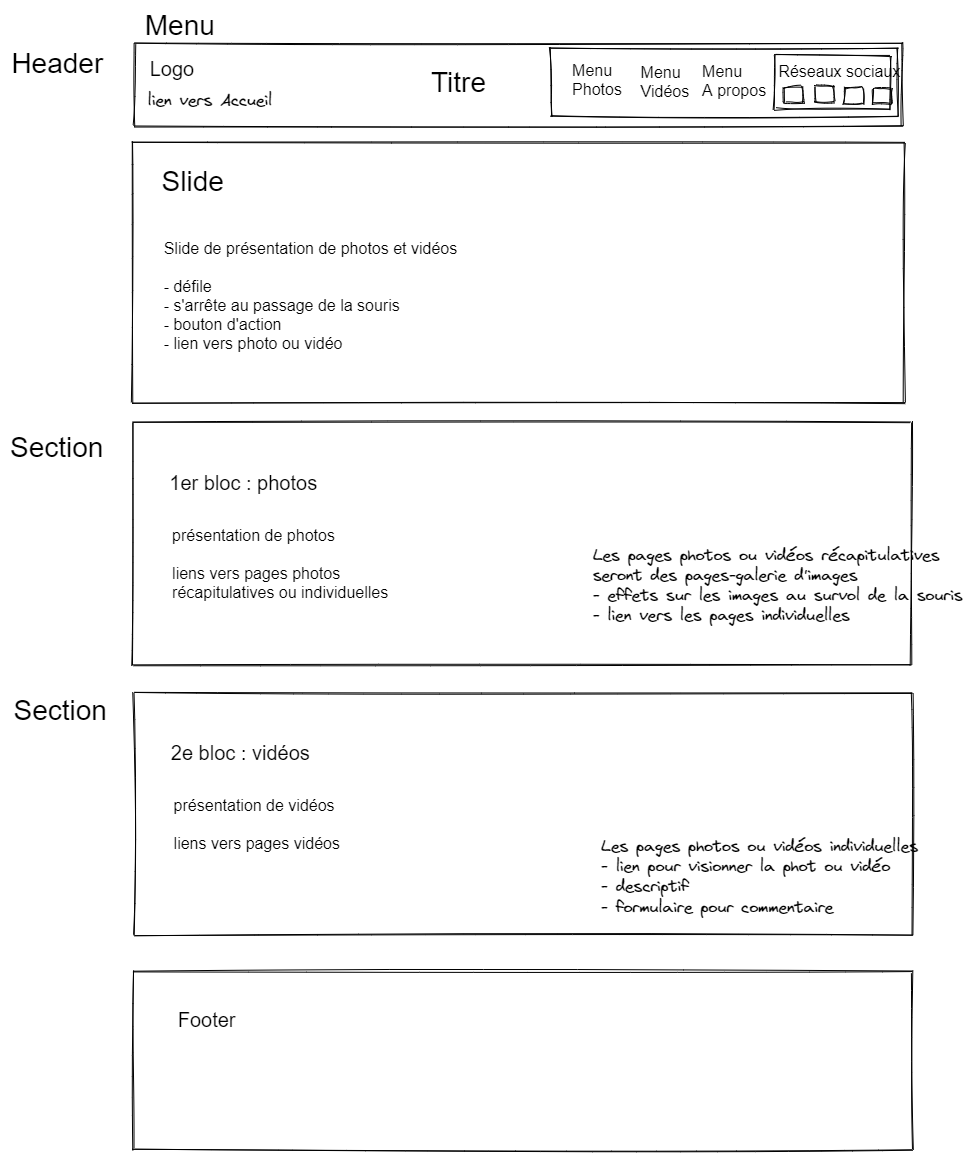
Webissime111/Galery-Steve keeps this Excalidraw diagram as images/Projet-galery-Steve.png. Above is the earlier version. Source tidied: one line per element, renumbered; positions are measured from the earlier drawing's top-left corner, leaving out a move shared by most shapes. Its diagram source:
```json
{"id": 0, "type": "rectangle", "strokeColor": "#000000", "strokeWidth": 1, "roughness": 1, "x": 124, "y": 34, "width": 768, "height": 83}
{"id": 1, "type": "text", "text": "lien vers Accueil", "strokeColor": "#000000", "strokeWidth": 1, "roughness": 1, "fontSize": 16, "fontFamily": 1, "x": 138, "y": 81, "width": 126, "height": 20}
{"id": 2, "type": "text", "text": "Logo", "strokeColor": "#000000", "strokeWidth": 1, "roughness": 1, "fontSize": 20, "fontFamily": 2, "x": 140, "y": 48, "width": 45, "height": 23}
{"id": 3, "type": "text", "text": "Titre", "strokeColor": "#000000", "strokeWidth": 1, "roughness": 1, "fontSize": 28, "fontFamily": 2, "x": 421, "y": 57, "width": 56, "height": 32}
{"id": 4, "type": "text", "text": "Menu\nPhotos", "strokeColor": "#000000", "strokeWidth": 1, "roughness": 1, "fontSize": 16, "fontFamily": 2, "x": 562, "y": 51, "width": 51, "height": 38}
{"id": 5, "type": "rectangle", "strokeColor": "#000000", "strokeWidth": 1, "roughness": 1, "x": 541, "y": 38, "width": 347, "height": 69}
{"id": 6, "type": "text", "text": "Menu\nVidéos", "strokeColor": "#000000", "strokeWidth": 1, "roughness": 1, "fontSize": 16, "fontFamily": 2, "x": 631, "y": 53, "width": 50, "height": 38}
{"id": 7, "type": "text", "text": "Menu\nA propos", "strokeColor": "#000000", "strokeWidth": 1, "roughness": 1, "fontSize": 16, "fontFamily": 2, "x": 692, "y": 52, "width": 64, "height": 38}
{"id": 8, "type": "rectangle", "strokeColor": "#000000", "strokeWidth": 1, "roughness": 1, "x": 122, "y": 132, "width": 773, "height": 260}
{"id": 9, "type": "text", "text": "Slide", "strokeColor": "#000000", "strokeWidth": 1, "roughness": 1, "fontSize": 28, "fontFamily": 2, "x": 152, "y": 156, "width": 63, "height": 32}
{"id": 10, "type": "text", "text": "Slide de présentation de photos et vidéos\n\n- défile\n- s'arrête au passage de la souris\n- bouton d'action\n- lien vers photo ou vidéo", "strokeColor": "#000000", "strokeWidth": 1, "roughness": 1, "fontSize": 16, "fontFamily": 2, "x": 154, "y": 230, "width": 294, "height": 114}
{"id": 11, "type": "rectangle", "strokeColor": "#000000", "strokeWidth": 1, "roughness": 1, "x": 764, "y": 45, "width": 116, "height": 54}
{"id": 12, "type": "text", "text": "Réseaux sociaux", "strokeColor": "#000000", "strokeWidth": 1, "roughness": 1, "fontSize": 16, "fontFamily": 2, "x": 768, "y": 52, "width": 123, "height": 19}
{"id": 13, "type": "rectangle", "strokeColor": "#000000", "strokeWidth": 1, "roughness": 1, "x": 774, "y": 77, "width": 19, "height": 16}
{"id": 14, "type": "rectangle", "strokeColor": "#000000", "strokeWidth": 1, "roughness": 1, "x": 805, "y": 76, "width": 19, "height": 16}
{"id": 15, "type": "rectangle", "strokeColor": "#000000", "strokeWidth": 1, "roughness": 1, "x": 834, "y": 77, "width": 19, "height": 16}
{"id": 16, "type": "rectangle", "strokeColor": "#000000", "strokeWidth": 1, "roughness": 1, "x": 863, "y": 78, "width": 19, "height": 16}
{"id": 17, "type": "text", "text": "Menu", "strokeColor": "#000000", "strokeWidth": 1, "roughness": 1, "fontSize": 28, "fontFamily": 2, "x": 135, "y": 0, "width": 71, "height": 32}
{"id": 18, "type": "text", "text": "Header", "strokeColor": "#000000", "strokeWidth": 1, "roughness": 1, "fontSize": 28, "fontFamily": 2, "x": 1, "y": 38, "width": 93, "height": 32}
{"id": 19, "type": "rectangle", "strokeColor": "#000000", "strokeWidth": 1, "roughness": 1, "x": 123, "y": 412, "width": 778, "height": 243}
{"id": 20, "type": "text", "text": "1er bloc : photos", "strokeColor": "#000000", "strokeWidth": 1, "roughness": 1, "fontSize": 20, "fontFamily": 2, "x": 159, "y": 462, "width": 149, "height": 23}
{"id": 21, "type": "text", "text": "présentation de photos\n\nliens vers pages photos\nrécapitulatives ou individuelles", "strokeColor": "#000000", "strokeWidth": 1, "roughness": 1, "fontSize": 16, "fontFamily": 2, "x": 162, "y": 516, "width": 217, "height": 76}
{"id": 22, "type": "rectangle", "strokeColor": "#000000", "strokeWidth": 1, "roughness": 1, "x": 124, "y": 683, "width": 778, "height": 243}
{"id": 23, "type": "text", "text": "2e bloc : vidéos", "strokeColor": "#000000", "strokeWidth": 1, "roughness": 1, "fontSize": 20, "fontFamily": 2, "x": 161, "y": 732, "width": 140, "height": 23}
{"id": 24, "type": "text", "text": "présentation de vidéos\n\nliens vers pages vidéos", "strokeColor": "#000000", "strokeWidth": 1, "roughness": 1, "fontSize": 16, "fontFamily": 2, "x": 164, "y": 786, "width": 167, "height": 57}
{"id": 25, "type": "text", "text": "Section", "strokeColor": "#000000", "strokeWidth": 1, "roughness": 1, "fontSize": 28, "fontFamily": 2, "x": 0, "y": 422, "width": 94, "height": 32}
{"id": 26, "type": "text", "text": "Section", "strokeColor": "#000000", "strokeWidth": 1, "roughness": 1, "fontSize": 28, "fontFamily": 2, "x": 4, "y": 685, "width": 94, "height": 32}
{"id": 27, "type": "rectangle", "strokeColor": "#000000", "strokeWidth": 1, "roughness": 1, "x": 123, "y": 961, "width": 780, "height": 178}
{"id": 28, "type": "text", "text": "Footer", "strokeColor": "#000000", "strokeWidth": 1, "roughness": 1, "fontSize": 20, "fontFamily": 2, "x": 168, "y": 999, "width": 59, "height": 23}
{"id": 29, "type": "text", "text": "Les pages photos ou vidéos individuelles\n- lien pour visionner la phot ou vidéo\n- descriptif\n- formulaire pour commentaire", "strokeColor": "#000000", "strokeWidth": 1, "roughness": 1, "fontSize": 16, "fontFamily": 1, "x": 591, "y": 827, "width": 317, "height": 81}
{"id": 30, "type": "text", "text": "Les pages photos ou vidéos récapitulatives\nseront des pages-galerie d'images\n- effets sur les images au survol de la souris\n- lien vers les pages individuelles", "strokeColor": "#000000", "strokeWidth": 1, "roughness": 1, "fontSize": 16, "fontFamily": 1, "x": 583, "y": 535, "width": 370, "height": 81}
```
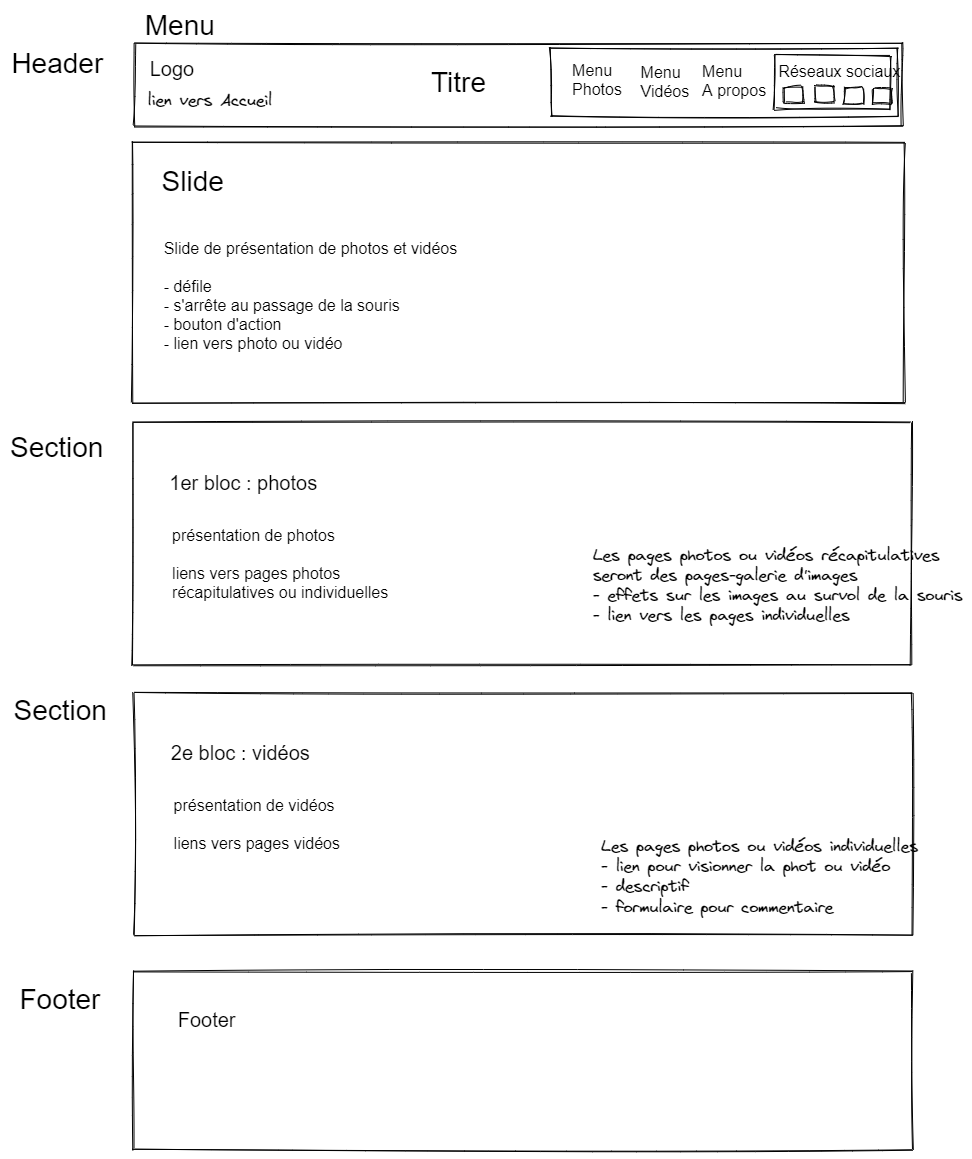
Above is the later version.

The edit, as a diff of the source:
```diff
@@ -29,3 +29,4 @@
 {"id": 28, "type": "text", "text": "Footer", "strokeColor": "#000000", "strokeWidth": 1, "roughness": 1, "fontSize": 20, "fontFamily": 2, "x": 168, "y": 999, "width": 59, "height": 23}
 {"id": 29, "type": "text", "text": "Les pages photos ou vidéos individuelles\n- lien pour visionner la phot ou vidéo\n- descriptif\n- formulaire pour commentaire", "strokeColor": "#000000", "strokeWidth": 1, "roughness": 1, "fontSize": 16, "fontFamily": 1, "x": 591, "y": 827, "width": 317, "height": 81}
 {"id": 30, "type": "text", "text": "Les pages photos ou vidéos récapitulatives\nseront des pages-galerie d'images\n- effets sur les images au survol de la souris\n- lien vers les pages individuelles", "strokeColor": "#000000", "strokeWidth": 1, "roughness": 1, "fontSize": 16, "fontFamily": 1, "x": 583, "y": 535, "width": 370, "height": 81}
+{"id": 31, "type": "text", "text": "Footer", "strokeColor": "#000000", "strokeWidth": 1, "roughness": 1, "fontSize": 28, "fontFamily": 2, "x": 9, "y": 974, "width": 82, "height": 32}
```
